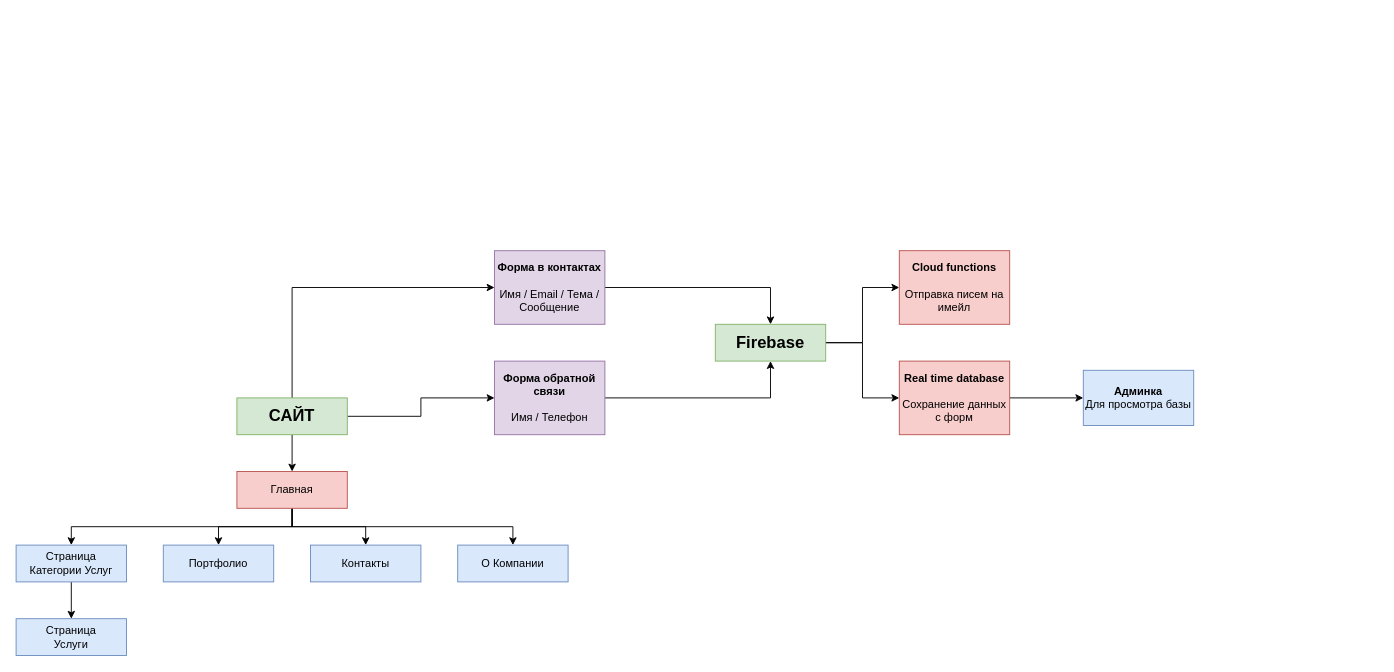
Before: diagram.drawio in EgoTkachenco/Energo-ug-alyanse, a draw.io diagram. Source tidied: cells renumbered, new cells numbered last; positions are measured from the earlier drawing's top-left corner, leaving out a move shared by most shapes. Both pictures are drawn from the tidied source at 92%, with x=0, y=0 at pixel (16, 250).
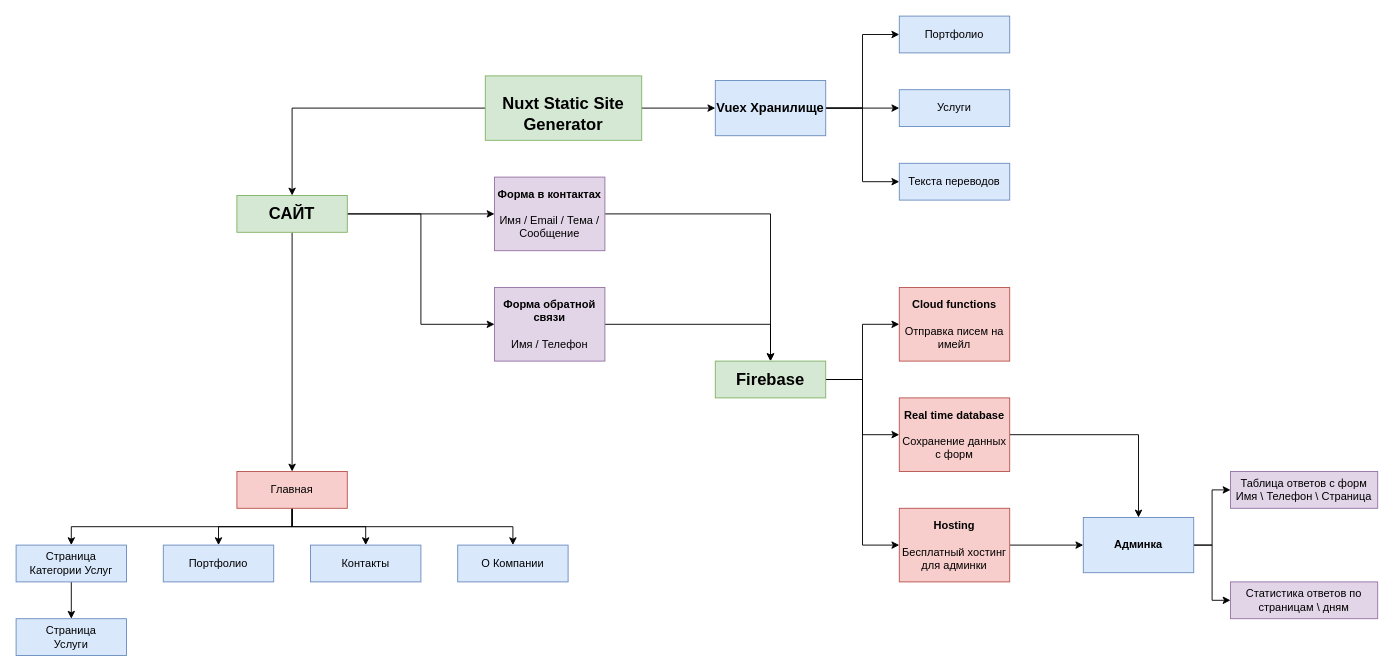
The same diagram, later.

The edit, as a diff of the source:
```diff
@@
-    <mxCell id="3" style="edgeStyle=orthogonalEdgeStyle;rounded=0;jettySize=auto;html=1;exitX=1;exitY=0.5;exitDx=0;exitDy=0;" parent="1" edge="1" source="5" target="18">
-      <mxGeometry relative="1" as="geometry" />
+    <mxCell id="3" style="edgeStyle=orthogonalEdgeStyle;rounded=0;jettySize=auto;html=1;exitX=1;exitY=0.5;exitDx=0;exitDy=0;entryX=0;entryY=0.5;entryDx=0;entryDy=0;" parent="1" edge="1" source="5" target="18">
+      <mxGeometry relative="1" as="geometry">
+        <Array as="points">
+          <mxPoint x="440" y="-40" />
+          <mxPoint x="440" y="80" />
+        </Array>
+      </mxGeometry>
     </mxCell>
-    <mxCell id="4" style="edgeStyle=orthogonalEdgeStyle;rounded=0;jettySize=auto;html=1;exitX=0.5;exitY=0;exitDx=0;exitDy=0;entryX=0;entryY=0.5;entryDx=0;entryDy=0;" parent="1" edge="1" source="5" target="20">
+    <mxCell id="4" style="edgeStyle=orthogonalEdgeStyle;rounded=0;jettySize=auto;html=1;exitX=1;exitY=0.5;exitDx=0;exitDy=0;entryX=0;entryY=0.5;entryDx=0;entryDy=0;" parent="1" edge="1" source="5" target="20">
       <mxGeometry relative="1" as="geometry" />
     </mxCell>
     <mxCell id="5" value="&lt;b&gt;&lt;font style=&quot;font-size: 18px&quot;&gt;САЙТ&lt;/font&gt;&lt;/b&gt;" style="rounded=0;whiteSpace=wrap;html=1;fillColor=#d5e8d4;strokeColor=#82b366;" parent="1" vertex="1">
-      <mxGeometry x="240" y="160" width="120" height="40" as="geometry" />
+      <mxGeometry x="240" y="-60" width="120" height="40" as="geometry" />
     </mxCell>
@@
-    <mxCell id="17" style="edgeStyle=orthogonalEdgeStyle;rounded=0;jettySize=auto;html=1;exitX=1;exitY=0.5;exitDx=0;exitDy=0;entryX=0.5;entryY=1;entryDx=0;entryDy=0;" parent="1" edge="1" source="18" target="23">
+    <mxCell id="17" style="edgeStyle=orthogonalEdgeStyle;rounded=0;jettySize=auto;html=1;exitX=1;exitY=0.5;exitDx=0;exitDy=0;entryX=0.5;entryY=0;entryDx=0;entryDy=0;" parent="1" edge="1" source="18" target="23">
       <mxGeometry relative="1" as="geometry" />
     </mxCell>
     <mxCell id="18" value="&lt;div&gt;&lt;b&gt;Форма обратной связи&lt;/b&gt;&lt;/div&gt;&lt;div&gt;&lt;br&gt;&lt;/div&gt;&lt;div&gt;Имя / Телефон&lt;br&gt;&lt;/div&gt;" style="rounded=0;whiteSpace=wrap;html=1;fillColor=#e1d5e7;strokeColor=#9673a6;" parent="1" vertex="1">
-      <mxGeometry x="520" y="120" width="120" height="80" as="geometry" />
+      <mxGeometry x="520" y="40" width="120" height="80" as="geometry" />
     </mxCell>
@@
     <mxCell id="20" value="&lt;div&gt;&lt;b&gt;Форма в контактах&lt;/b&gt;&lt;/div&gt;&lt;div&gt;&lt;br&gt;&lt;/div&gt;&lt;div&gt;Имя / Email / Тема / Сообщение&lt;br&gt;&lt;/div&gt;" style="rounded=0;whiteSpace=wrap;html=1;fillColor=#e1d5e7;strokeColor=#9673a6;" parent="1" vertex="1">
-      <mxGeometry x="520" width="120" height="80" as="geometry" />
+      <mxGeometry x="520" y="-80" width="120" height="80" as="geometry" />
     </mxCell>
@@
+    <mxCell id="28" style="edgeStyle=orthogonalEdgeStyle;rounded=0;jettySize=auto;html=1;exitX=1;exitY=0.5;exitDx=0;exitDy=0;entryX=0;entryY=0.5;entryDx=0;entryDy=0;" parent="1" edge="1" source="23" target="35">
+      <mxGeometry relative="1" as="geometry" />
+    </mxCell>
     <mxCell id="23" value="&lt;b&gt;&lt;font style=&quot;font-size: 18px&quot;&gt;Firebase&lt;/font&gt;&lt;/b&gt;" style="rounded=0;whiteSpace=wrap;html=1;fillColor=#d5e8d4;strokeColor=#82b366;" parent="1" vertex="1">
-      <mxGeometry x="760" y="80" width="120" height="40" as="geometry" />
+      <mxGeometry x="760" y="120" width="120" height="40" as="geometry" />
     </mxCell>
     <mxCell id="24" value="&lt;div&gt;&lt;b&gt;Cloud functions&lt;/b&gt;&lt;/div&gt;&lt;div&gt;&lt;b&gt;&lt;br&gt;&lt;/b&gt;&lt;/div&gt;&lt;div&gt;Отправка писем на имейл&lt;br&gt;&lt;b&gt;&lt;/b&gt;&lt;/div&gt;" style="whiteSpace=wrap;html=1;rounded=0;fillColor=#f8cecc;strokeColor=#b85450;" parent="1" vertex="1">
-      <mxGeometry x="960" width="120" height="80" as="geometry" />
+      <mxGeometry x="960" y="40" width="120" height="80" as="geometry" />
     </mxCell>
@@
     <mxCell id="26" value="&lt;b&gt;Real time database&lt;br&gt;&lt;/b&gt;&lt;div&gt;&lt;b&gt;&lt;br&gt;&lt;/b&gt;&lt;/div&gt;&lt;div&gt;Сохранение данных с форм&lt;br&gt;&lt;b&gt;&lt;/b&gt;&lt;/div&gt;" style="whiteSpace=wrap;html=1;rounded=0;fillColor=#f8cecc;strokeColor=#b85450;" parent="1" vertex="1">
-      <mxGeometry x="960" y="120" width="120" height="80" as="geometry" />
+      <mxGeometry x="960" y="160" width="120" height="80" as="geometry" />
     </mxCell>
+    <mxCell id="29" style="edgeStyle=orthogonalEdgeStyle;rounded=0;jettySize=auto;html=1;entryX=0;entryY=0.5;entryDx=0;entryDy=0;" parent="1" edge="1" source="27" target="42">
+      <mxGeometry relative="1" as="geometry" />
+    </mxCell>
+    <mxCell id="30" style="edgeStyle=orthogonalEdgeStyle;rounded=0;jettySize=auto;html=1;exitX=1;exitY=0.5;exitDx=0;exitDy=0;entryX=0;entryY=0.5;entryDx=0;entryDy=0;" parent="1" edge="1" source="27" target="43">
+      <mxGeometry relative="1" as="geometry" />
+    </mxCell>
-    <mxCell id="27" value="&lt;div&gt;&lt;b&gt;Админка &lt;/b&gt;&lt;br&gt;&lt;/div&gt;&lt;div&gt;Для просмотра базы&lt;/div&gt;" style="whiteSpace=wrap;html=1;rounded=0;strokeColor=#6c8ebf;fillColor=#dae8fc;" parent="1" vertex="1">
-      <mxGeometry x="1160" y="130" width="120" height="60" as="geometry" />
+    <mxCell id="27" value="&lt;div&gt;&lt;b&gt;Админка &lt;/b&gt;&lt;br&gt;&lt;/div&gt;" style="whiteSpace=wrap;html=1;rounded=0;strokeColor=#6c8ebf;fillColor=#dae8fc;" parent="1" vertex="1">
+      <mxGeometry x="1160" y="290" width="120" height="60" as="geometry" />
     </mxCell>
+    <mxCell id="31" style="edgeStyle=orthogonalEdgeStyle;rounded=0;jettySize=auto;html=1;exitX=0;exitY=0.5;exitDx=0;exitDy=0;entryX=0.5;entryY=0;entryDx=0;entryDy=0;" parent="1" edge="1" source="33" target="5">
+      <mxGeometry relative="1" as="geometry" />
+    </mxCell>
+    <mxCell id="32" style="edgeStyle=orthogonalEdgeStyle;rounded=0;jettySize=auto;html=1;" parent="1" edge="1" source="33" target="39">
+      <mxGeometry relative="1" as="geometry" />
+    </mxCell>
+    <mxCell id="33" value="&lt;br&gt;&lt;b&gt;&lt;font style=&quot;font-size: 18px&quot;&gt;Nuxt Static Site Generator&lt;br&gt;&lt;/font&gt;&lt;/b&gt;" style="rounded=0;whiteSpace=wrap;html=1;fillColor=#d5e8d4;strokeColor=#82b366;" parent="1" vertex="1">
+      <mxGeometry x="510" y="-190" width="170" height="70" as="geometry" />
+    </mxCell>
+    <mxCell id="34" style="edgeStyle=orthogonalEdgeStyle;rounded=0;jettySize=auto;html=1;exitX=1;exitY=0.5;exitDx=0;exitDy=0;entryX=0;entryY=0.5;entryDx=0;entryDy=0;" parent="1" edge="1" source="35" target="27">
+      <mxGeometry relative="1" as="geometry" />
+    </mxCell>
+    <mxCell id="35" value="&lt;b&gt;Hosting&lt;br&gt;&lt;/b&gt;&lt;div&gt;&lt;b&gt;&lt;br&gt;&lt;/b&gt;&lt;/div&gt;&lt;div&gt;Бесплатный хостинг для админки&lt;br&gt;&lt;/div&gt;" style="whiteSpace=wrap;html=1;rounded=0;fillColor=#f8cecc;strokeColor=#b85450;" parent="1" vertex="1">
+      <mxGeometry x="960" y="280" width="120" height="80" as="geometry" />
+    </mxCell>
+    <mxCell id="36" style="edgeStyle=orthogonalEdgeStyle;rounded=0;jettySize=auto;html=1;entryX=0;entryY=0.5;entryDx=0;entryDy=0;" parent="1" edge="1" source="39" target="40">
+      <mxGeometry relative="1" as="geometry" />
+    </mxCell>
+    <mxCell id="37" style="edgeStyle=orthogonalEdgeStyle;rounded=0;jettySize=auto;html=1;exitX=1;exitY=0.5;exitDx=0;exitDy=0;entryX=0;entryY=0.5;entryDx=0;entryDy=0;" parent="1" edge="1" source="39" target="41">
+      <mxGeometry relative="1" as="geometry" />
+    </mxCell>
+    <mxCell id="38" style="edgeStyle=orthogonalEdgeStyle;rounded=0;jettySize=auto;html=1;exitX=1;exitY=0.5;exitDx=0;exitDy=0;entryX=0;entryY=0.5;entryDx=0;entryDy=0;" parent="1" edge="1" source="39" target="44">
+      <mxGeometry relative="1" as="geometry" />
+    </mxCell>
+    <mxCell id="39" value="&lt;font style=&quot;font-size: 14px&quot;&gt;&lt;b&gt;Vuex Хранилище&lt;br&gt;&lt;/b&gt;&lt;/font&gt;" style="whiteSpace=wrap;html=1;rounded=0;strokeColor=#6c8ebf;fillColor=#dae8fc;" parent="1" vertex="1">
+      <mxGeometry x="760" y="-185" width="120" height="60" as="geometry" />
+    </mxCell>
+    <mxCell id="40" value="Портфолио" style="whiteSpace=wrap;html=1;rounded=0;strokeColor=#6c8ebf;fillColor=#dae8fc;" parent="1" vertex="1">
+      <mxGeometry x="960" y="-255" width="120" height="40" as="geometry" />
+    </mxCell>
+    <mxCell id="41" value="Услуги" style="whiteSpace=wrap;html=1;rounded=0;strokeColor=#6c8ebf;fillColor=#dae8fc;" parent="1" vertex="1">
+      <mxGeometry x="960" y="-175" width="120" height="40" as="geometry" />
+    </mxCell>
+    <mxCell id="42" value="&lt;div&gt;Таблица ответов с форм&lt;/div&gt;&lt;div&gt;Имя \ Телефон \ Страница &lt;br&gt;&lt;/div&gt;" style="whiteSpace=wrap;html=1;rounded=0;strokeColor=#9673a6;fillColor=#e1d5e7;" parent="1" vertex="1">
+      <mxGeometry x="1320" y="240" width="160" height="40" as="geometry" />
+    </mxCell>
+    <mxCell id="43" value="Статистика ответов по страницам \ дням" style="whiteSpace=wrap;html=1;rounded=0;strokeColor=#9673a6;fillColor=#e1d5e7;" parent="1" vertex="1">
+      <mxGeometry x="1320" y="360" width="160" height="40" as="geometry" />
+    </mxCell>
+    <mxCell id="44" value="Текста переводов" style="whiteSpace=wrap;html=1;rounded=0;strokeColor=#6c8ebf;fillColor=#dae8fc;" parent="1" vertex="1">
+      <mxGeometry x="960" y="-95" width="120" height="40" as="geometry" />
+    </mxCell>
```
